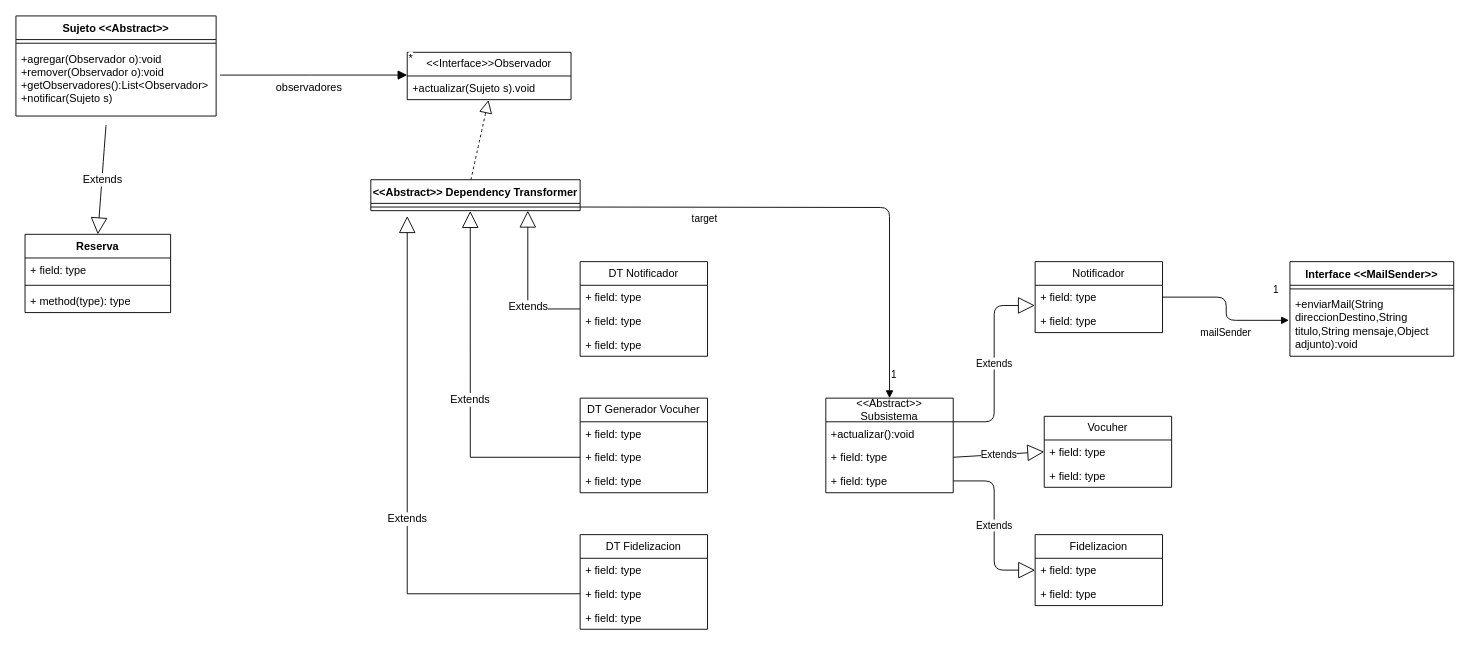
Earlier version of the draw.io diagram UML/2.5 notificaciones de la reserva.drawio (MartinianoOliveto/po2-integrador). Source tidied: cells renumbered, new cells numbered last; positions are measured from the earlier drawing's top-left corner, leaving out a move shared by most shapes. Both pictures are drawn from the tidied source at 91%, with x=0, y=0 at pixel (15, 15).
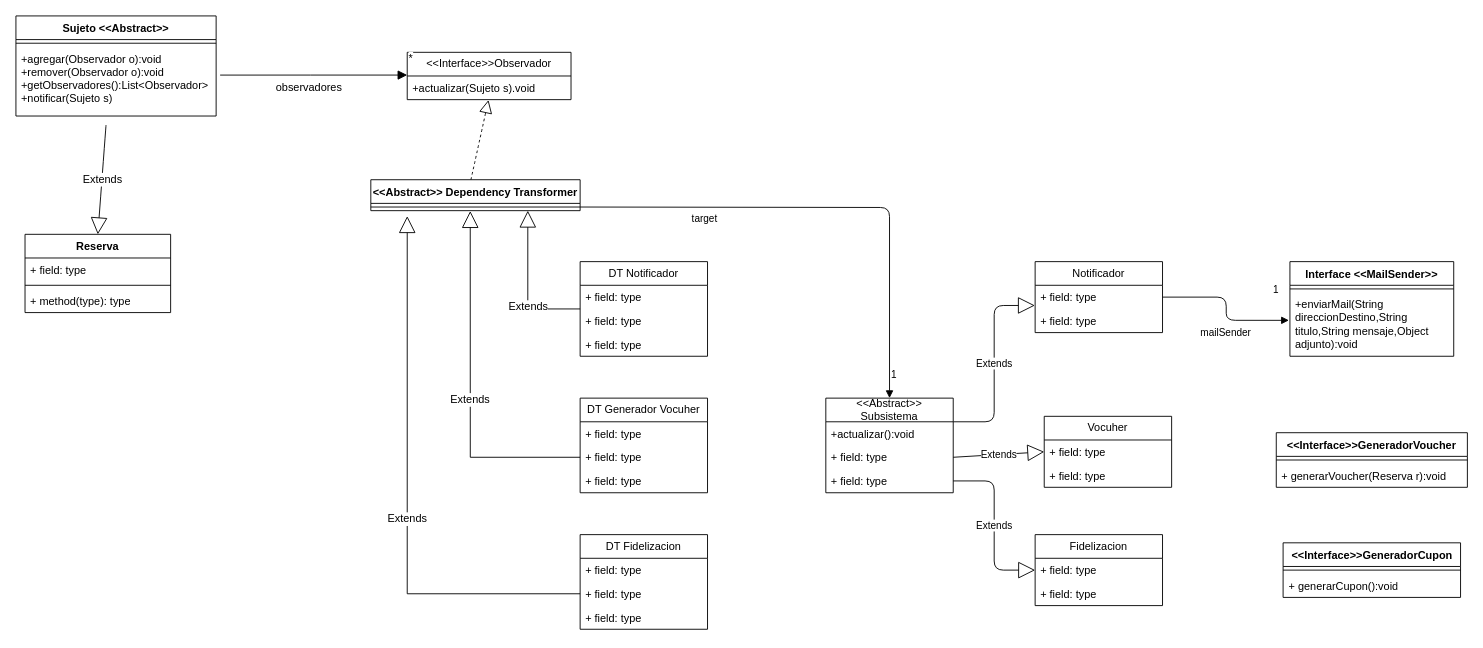
The same diagram, later.

What changed in the source:
```diff
@@
+    <mxCell id="55" value="&amp;lt;&amp;lt;Interface&amp;gt;&amp;gt;GeneradorVoucher" style="swimlane;fontStyle=1;align=center;verticalAlign=top;horizontal=1;startSize=26;whiteSpace=wrap;html=1;" parent="1" vertex="1">
+      <mxGeometry x="1385" y="458" width="210" height="60" as="geometry" />
+    </mxCell>
+    <mxCell id="56" style="line;strokeWidth=1;fillColor=none;align=left;verticalAlign=middle;spacingTop=-1;spacingLeft=3;spacingRight=3;labelPosition=right;strokeColor=inherit;labelPerimeter=1;" parent="55" vertex="1">
+      <mxGeometry y="26" width="210" height="8" as="geometry" />
+    </mxCell>
+    <mxCell id="57" value="+ generarVoucher(Reserva r):void" style="text;strokeColor=none;fillColor=none;align=left;verticalAlign=top;spacingLeft=4;spacingRight=4;overflow=hidden;whiteSpace=wrap;html=1;" parent="55" vertex="1">
+      <mxGeometry y="34" width="210" height="26" as="geometry" />
+    </mxCell>
+    <mxCell id="58" value="&amp;lt;&amp;lt;Interface&amp;gt;&amp;gt;GeneradorCupon" style="swimlane;fontStyle=1;align=center;verticalAlign=top;horizontal=1;startSize=26;whiteSpace=wrap;html=1;" parent="1" vertex="1">
+      <mxGeometry x="1392.5" y="579" width="195" height="60" as="geometry" />
+    </mxCell>
+    <mxCell id="59" style="line;strokeWidth=1;fillColor=none;align=left;verticalAlign=middle;spacingTop=-1;spacingLeft=3;spacingRight=3;labelPosition=right;strokeColor=inherit;labelPerimeter=1;" parent="58" vertex="1">
+      <mxGeometry y="26" width="195" height="8" as="geometry" />
+    </mxCell>
+    <mxCell id="60" value="+ generarCupon():void" style="text;strokeColor=none;fillColor=none;align=left;verticalAlign=top;spacingLeft=4;spacingRight=4;overflow=hidden;whiteSpace=wrap;html=1;" parent="58" vertex="1">
+      <mxGeometry y="34" width="195" height="26" as="geometry" />
+    </mxCell>
```
